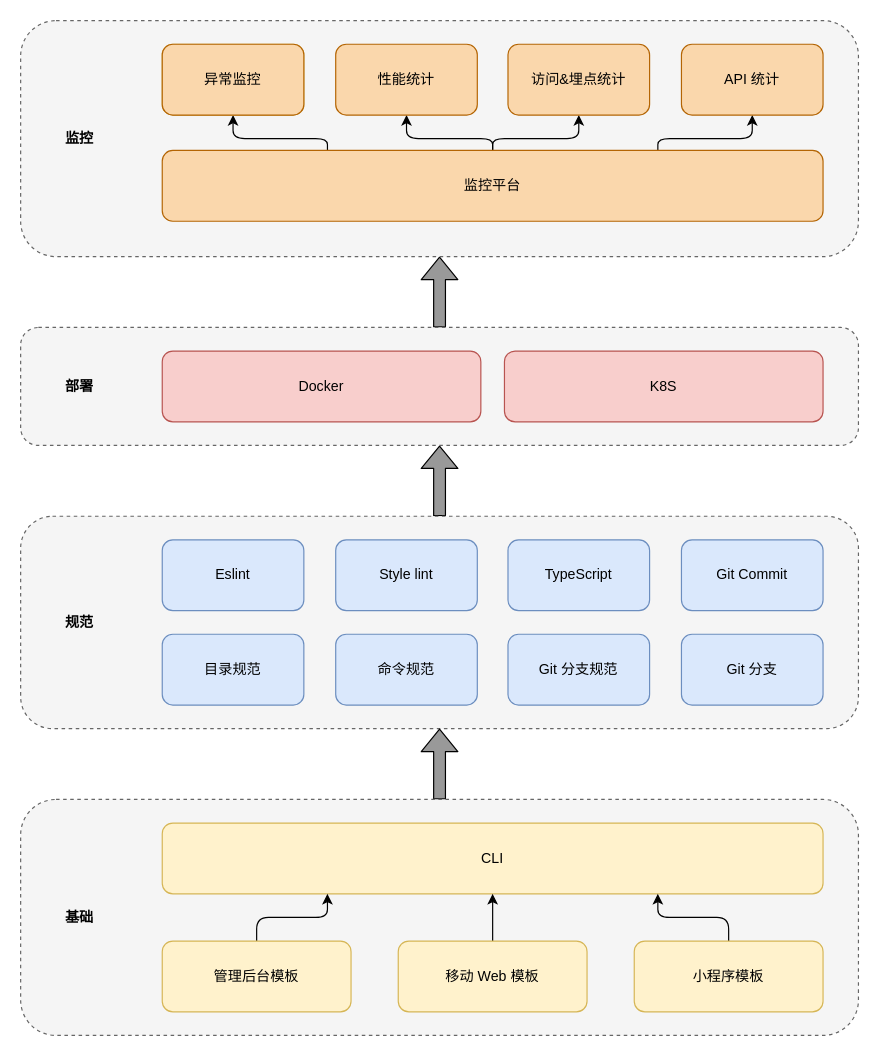
Above: 未命名绘图.drawio in sufangyu/draw_io (draw.io), before the change. Source tidied: cells renumbered, new cells numbered last; positions are measured from the earlier drawing's top-left corner, leaving out a move shared by most shapes. Both pictures are drawn from the tidied source at 118%, with x=0, y=0 at pixel (20, 20).
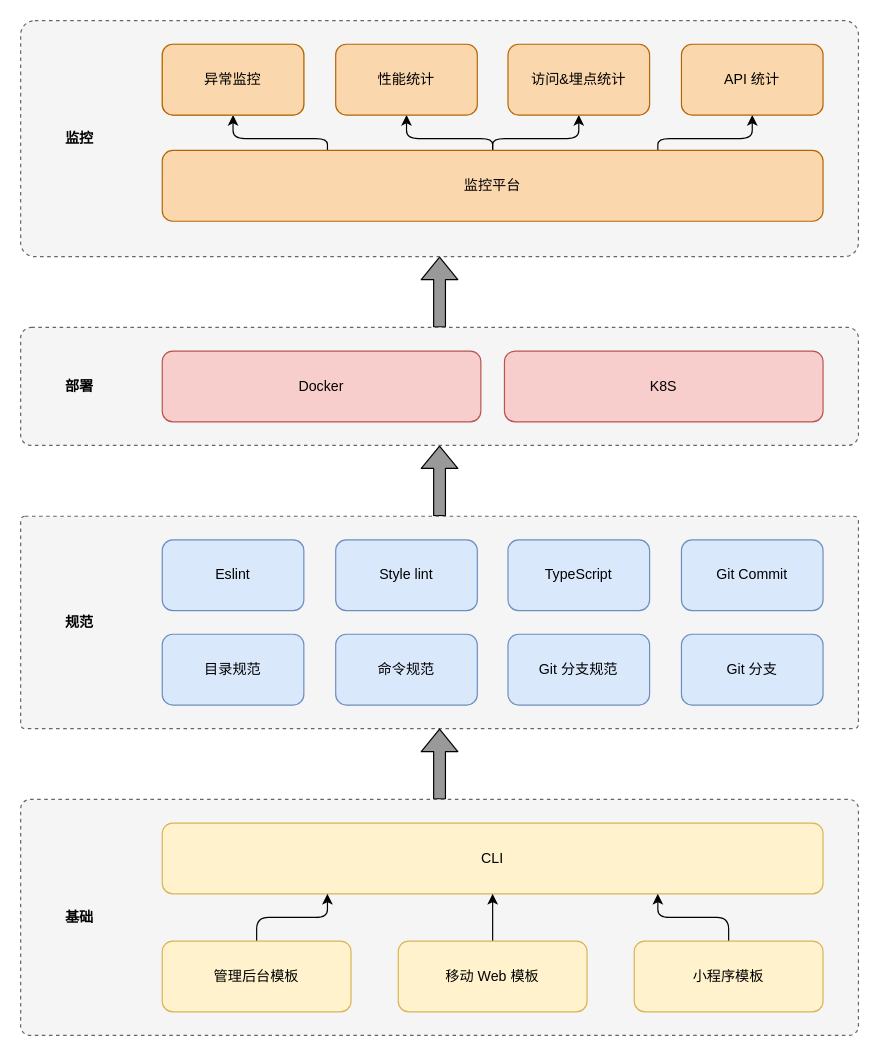
The same page after the edit.

Commit message:
更新未命名绘图.drawio

What changed in the source:
```diff
@@
-    <mxCell id="3" style="rounded=1;whiteSpace=wrap;html=1;shadow=0;dashed=1;fillColor=#f5f5f5;strokeColor=#666666;fontColor=#333333;" parent="1" vertex="1">
+    <mxCell id="3" style="rounded=1;whiteSpace=wrap;html=1;shadow=0;dashed=1;fillColor=#f5f5f5;strokeColor=#666666;fontColor=#333333;arcSize=2;" parent="1" vertex="1">
       <mxGeometry y="420" width="710" height="180" as="geometry" />
     </mxCell>
@@
-    <mxCell id="5" style="rounded=1;whiteSpace=wrap;html=1;shadow=0;dashed=1;fillColor=#f5f5f5;strokeColor=#666666;fontColor=#333333;" parent="1" vertex="1">
+    <mxCell id="5" style="rounded=1;whiteSpace=wrap;html=1;shadow=0;dashed=1;fillColor=#f5f5f5;strokeColor=#666666;fontColor=#333333;arcSize=4;" parent="1" vertex="1">
       <mxGeometry y="660" width="710" height="200" as="geometry" />
     </mxCell>
@@
-    <mxCell id="24" style="rounded=1;whiteSpace=wrap;html=1;shadow=0;dashed=1;fillColor=#f5f5f5;strokeColor=#666666;fontColor=#333333;" parent="1" vertex="1">
+    <mxCell id="24" style="rounded=1;whiteSpace=wrap;html=1;shadow=0;dashed=1;fillColor=#f5f5f5;strokeColor=#666666;fontColor=#333333;arcSize=9;" parent="1" vertex="1">
       <mxGeometry y="260" width="710" height="100" as="geometry" />
     </mxCell>
@@
-    <mxCell id="28" style="rounded=1;whiteSpace=wrap;html=1;shadow=0;dashed=1;fillColor=#f5f5f5;strokeColor=#666666;fontColor=#333333;" parent="1" vertex="1">
+    <mxCell id="28" style="rounded=1;whiteSpace=wrap;html=1;shadow=0;dashed=1;fillColor=#f5f5f5;strokeColor=#666666;fontColor=#333333;arcSize=6;" parent="1" vertex="1">
       <mxGeometry width="710" height="200" as="geometry" />
     </mxCell>
```
